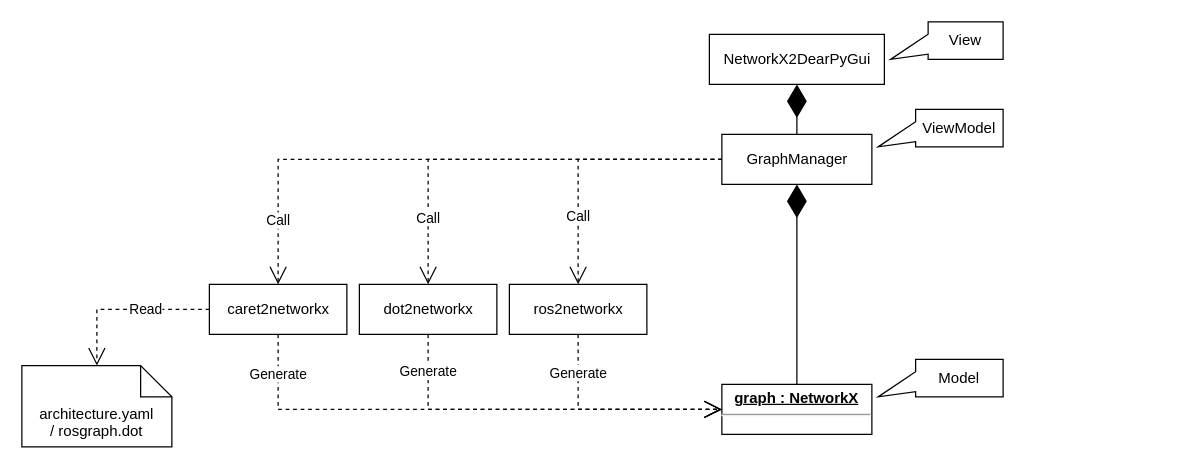
Above: page "design" (2 of 2) of 00_docs/design.drawio in iwatake2222/dear_ros_node_viewer (draw.io), before the change. Source tidied: cells renumbered, new cells numbered last; positions are measured from the earlier drawing's top-left corner, leaving out a move shared by most shapes. Both pictures are drawn from the tidied source at 125%, with x=0, y=0 at pixel (21, 21).
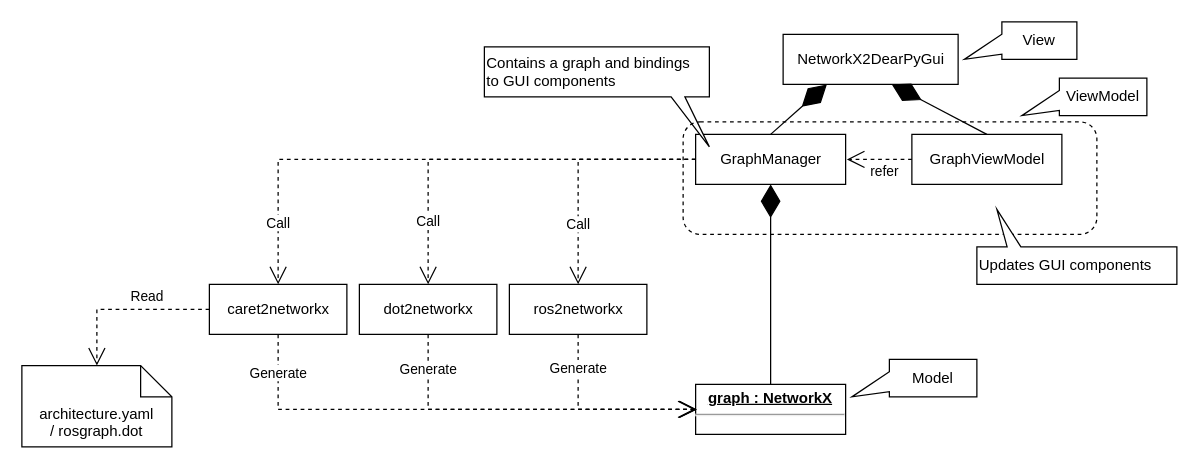
Above is the later version.

Commit message (it also covers changes not shown here):
doc: update design document

Unchanged cells that the change refers to:
```xml
<mxCell id="4" value="caret2networkx" style="html=1;" parent="1" vertex="1">
  <mxGeometry x="150" y="210" width="110" height="40" as="geometry" />
</mxCell>
<mxCell id="5" value="dot2networkx" style="html=1;" parent="1" vertex="1">
  <mxGeometry x="270" y="210" width="110" height="40" as="geometry" />
</mxCell>
<mxCell id="6" value="ros2networkx" style="html=1;" parent="1" vertex="1">
  <mxGeometry x="390" y="210" width="110" height="40" as="geometry" />
</mxCell>
<mxCell id="16" value="architecture.yaml&lt;br&gt;/ rosgraph.dot" style="shape=note2;boundedLbl=1;whiteSpace=wrap;html=1;size=25;verticalAlign=top;align=center;" parent="1" vertex="1">
  <mxGeometry y="275" width="120" height="65" as="geometry" />
</mxCell>
```

What changed in the source:
```diff
@@
     <mxCell id="2" value="GraphManager" style="html=1;" parent="1" vertex="1">
-      <mxGeometry x="560" y="90" width="120" height="40" as="geometry" />
+      <mxGeometry x="539" y="90" width="120" height="40" as="geometry" />
     </mxCell>
     <mxCell id="3" value="NetworkX2DearPyGui" style="html=1;" parent="1" vertex="1">
-      <mxGeometry x="550" y="10" width="140" height="40" as="geometry" />
+      <mxGeometry x="609" y="10" width="140" height="40" as="geometry" />
     </mxCell>
@@
     <mxCell id="7" value="&lt;p style=&quot;margin: 0px ; margin-top: 4px ; text-align: center ; text-decoration: underline&quot;&gt;&lt;b&gt;graph : NetworkX&lt;/b&gt;&lt;/p&gt;&lt;hr&gt;&lt;p style=&quot;margin: 0px ; margin-left: 8px&quot;&gt;&lt;br&gt;&lt;/p&gt;" style="verticalAlign=top;align=left;overflow=fill;fontSize=12;fontFamily=Helvetica;html=1;" parent="1" vertex="1">
-      <mxGeometry x="560" y="290" width="120" height="40" as="geometry" />
+      <mxGeometry x="539" y="290" width="120" height="40" as="geometry" />
     </mxCell>
@@
-    <mxCell id="10" style="endArrow=diamondThin;endFill=1;endSize=24;html=1;entryX=0.5;entryY=1;entryDx=0;entryDy=0;exitX=0.5;exitY=0;exitDx=0;exitDy=0;" parent="1" edge="1" source="2" target="3">
+    <mxCell id="10" style="endArrow=diamondThin;endFill=1;endSize=24;html=1;entryX=0.25;entryY=1;entryDx=0;entryDy=0;exitX=0.5;exitY=0;exitDx=0;exitDy=0;" parent="1" edge="1" source="2" target="3">
       <mxGeometry relative="1" as="geometry" />
     </mxCell>
@@
     <mxCell id="14" value="Generate" style="endArrow=open;endSize=12;dashed=1;html=1;exitX=0.5;exitY=1;exitDx=0;exitDy=0;edgeStyle=orthogonalEdgeStyle;rounded=0;" parent="1" edge="1" source="6">
       <mxGeometry x="-0.64" relative="1" as="geometry">
-        <mxPoint x="560" y="310" as="targetPoint" />
+        <mxPoint x="540" y="310" as="targetPoint" />
         <Array as="points">
           <mxPoint x="445" y="310" />
         </Array>
         <mxPoint y="-1" as="offset" />
       </mxGeometry>
     </mxCell>
     <mxCell id="15" value="Generate" style="endArrow=open;endSize=12;dashed=1;html=1;exitX=0.5;exitY=1;exitDx=0;exitDy=0;edgeStyle=orthogonalEdgeStyle;rounded=0;" parent="1" edge="1" source="5">
       <mxGeometry x="-0.79" relative="1" as="geometry">
-        <mxPoint x="560" y="310" as="targetPoint" />
+        <mxPoint x="540" y="310" as="targetPoint" />
         <Array as="points">
           <mxPoint x="325" y="310" />
         </Array>
         <mxPoint y="-1" as="offset" />
       </mxGeometry>
     </mxCell>
@@
     <mxCell id="17" value="Read" style="endArrow=open;endSize=12;dashed=1;html=1;entryX=0.5;entryY=0;entryDx=0;entryDy=0;edgeStyle=orthogonalEdgeStyle;rounded=0;entryPerimeter=0;" parent="1" edge="1" source="4" target="16">
-      <mxGeometry x="-0.26" relative="1" as="geometry">
-        <mxPoint x="-1" as="offset" />
-      </mxGeometry>
+      <mxGeometry x="-0.26" y="-10" relative="1" as="geometry" />
     </mxCell>
     <mxCell id="18" value="ViewModel" style="shape=callout;whiteSpace=wrap;html=1;perimeter=calloutPerimeter;size=30;position=0.33;base=16;position2=1;direction=south;" parent="1" vertex="1">
-      <mxGeometry x="685" y="70" width="100" height="30" as="geometry" />
+      <mxGeometry x="800" y="45" width="100" height="30" as="geometry" />
     </mxCell>
     <mxCell id="19" value="View" style="shape=callout;whiteSpace=wrap;html=1;perimeter=calloutPerimeter;size=30;position=0.33;base=16;position2=1;direction=south;" parent="1" vertex="1">
-      <mxGeometry x="695" width="90" height="30" as="geometry" />
+      <mxGeometry x="754" width="90" height="30" as="geometry" />
     </mxCell>
     <mxCell id="20" value="Model" style="shape=callout;whiteSpace=wrap;html=1;perimeter=calloutPerimeter;size=30;position=0.33;base=16;position2=1;direction=south;" parent="1" vertex="1">
-      <mxGeometry x="685" y="270" width="100" height="30" as="geometry" />
+      <mxGeometry x="664" y="270" width="100" height="30" as="geometry" />
     </mxCell>
+    <mxCell id="21" value="GraphViewModel" style="html=1;" parent="1" vertex="1">
+      <mxGeometry x="712" y="90" width="120" height="40" as="geometry" />
+    </mxCell>
+    <mxCell id="22" style="endArrow=diamondThin;endFill=1;endSize=24;html=1;entryX=0.621;entryY=1;entryDx=0;entryDy=0;exitX=0.5;exitY=0;exitDx=0;exitDy=0;entryPerimeter=0;" parent="1" edge="1" source="21" target="3">
+      <mxGeometry relative="1" as="geometry" />
+    </mxCell>
+    <mxCell id="23" value="Contains a graph and bindings&lt;br&gt;to GUI components" style="shape=callout;whiteSpace=wrap;html=1;perimeter=calloutPerimeter;size=40;position=0.83;base=11;position2=1;direction=east;align=left;" parent="1" vertex="1">
+      <mxGeometry x="370" y="20" width="180" height="80" as="geometry" />
+    </mxCell>
+    <mxCell id="24" style="rounded=1;whiteSpace=wrap;html=1;fillColor=none;dashed=1;" parent="1" vertex="1">
+      <mxGeometry x="529" y="80" width="331" height="90" as="geometry" />
+    </mxCell>
+    <mxCell id="25" value="refer" style="endArrow=open;endSize=12;dashed=1;html=1;exitX=0;exitY=0.5;exitDx=0;exitDy=0;edgeStyle=orthogonalEdgeStyle;rounded=0;" parent="1" edge="1" source="21">
+      <mxGeometry x="-0.15" y="10" relative="1" as="geometry">
+        <mxPoint x="660" y="110" as="targetPoint" />
+      </mxGeometry>
+    </mxCell>
+    <mxCell id="26" value="Updates GUI components" style="shape=callout;whiteSpace=wrap;html=1;perimeter=calloutPerimeter;size=30;position=0.78;base=11;position2=0.9;direction=west;align=left;" parent="1" vertex="1">
+      <mxGeometry x="764" y="150" width="160" height="60" as="geometry" />
+    </mxCell>
```
